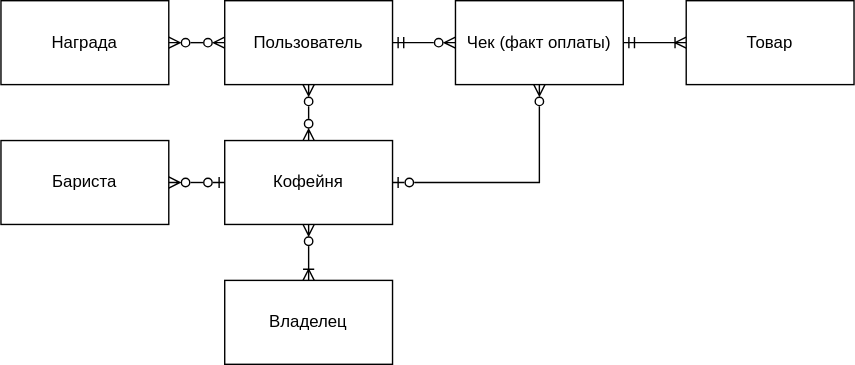
Earlier version of the draw.io export draw.io/concept.drawio.svg (vvvkkkggg/chashka-db). Source tidied: cells renumbered, new cells last; positions are measured from the earlier drawing's top-left corner, leaving out a move shared by most shapes.
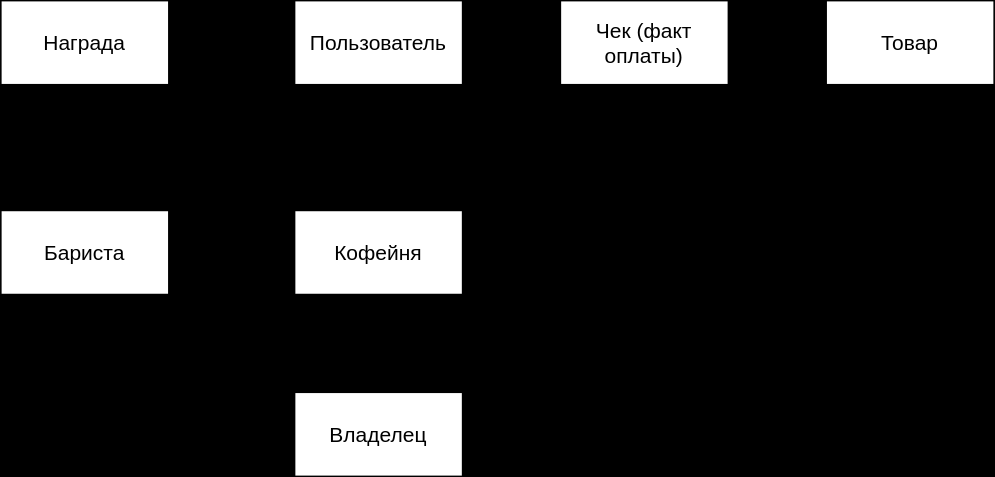
Above is the later version.

What changed in the source:
```diff
@@ -1,48 +1,54 @@
-<mxGraphModel>
+<mxGraphModel background="#000000">
   <root>
     <mxCell id="0" />
     <mxCell id="1" parent="0" />
-    <mxCell id="2" style="edgeStyle=orthogonalEdgeStyle;rounded=0;jettySize=auto;html=1;entryX=0;entryY=0.5;entryDx=0;entryDy=0;endArrow=ERzeroToMany;endFill=0;startArrow=ERmandOne;startFill=0;" parent="1" edge="1" source="3" target="8">
+    <mxCell id="2" style="edgeStyle=orthogonalEdgeStyle;rounded=0;jettySize=auto;html=1;entryX=0;entryY=0.5;entryDx=0;entryDy=0;endArrow=ERzeroToMany;endFill=0;startArrow=ERmandOne;startFill=0;fontSize=15;endSize=15;startSize=15;" parent="1" edge="1" source="3" target="8">
       <mxGeometry relative="1" as="geometry" />
     </mxCell>
-    <mxCell id="3" value="Пользователь" style="rounded=0;whiteSpace=wrap;html=1;" parent="1" vertex="1">
-      <mxGeometry x="160" width="120" height="60" as="geometry" />
+    <mxCell id="3" value="Пользователь" style="rounded=0;whiteSpace=wrap;html=1;fontSize=15;" parent="1" vertex="1">
+      <mxGeometry x="160" y="-30" width="120" height="60" as="geometry" />
     </mxCell>
-    <mxCell id="4" style="edgeStyle=orthogonalEdgeStyle;rounded=0;jettySize=auto;html=1;entryX=0.5;entryY=1;entryDx=0;entryDy=0;endArrow=ERzeroToMany;endFill=0;startArrow=ERzeroToMany;startFill=0;" parent="1" edge="1" source="5" target="3">
+    <mxCell id="4" style="edgeStyle=orthogonalEdgeStyle;rounded=0;jettySize=auto;html=1;entryX=0.5;entryY=1;entryDx=0;entryDy=0;endArrow=ERzeroToMany;endFill=0;startArrow=ERzeroToMany;startFill=0;fontSize=15;endSize=15;startSize=15;" parent="1" edge="1" source="5" target="3">
       <mxGeometry relative="1" as="geometry" />
     </mxCell>
+    <mxCell id="16" style="edgeStyle=orthogonalEdgeStyle;rounded=0;jettySize=auto;html=1;exitX=1;exitY=0.75;exitDx=0;exitDy=0;entryX=0.5;entryY=1;entryDx=0;entryDy=0;endArrow=ERzeroToMany;endFill=0;startArrow=ERmandOne;startFill=0;fontSize=15;endSize=15;startSize=15;" parent="1" edge="1" source="5" target="15">
+      <mxGeometry relative="1" as="geometry" />
+    </mxCell>
-    <mxCell id="5" value="Кофейня" style="rounded=0;whiteSpace=wrap;html=1;" parent="1" vertex="1">
-      <mxGeometry x="160" y="100" width="120" height="60" as="geometry" />
+    <mxCell id="5" value="Кофейня" style="rounded=0;whiteSpace=wrap;html=1;fontSize=15;" parent="1" vertex="1">
+      <mxGeometry x="160" y="120" width="120" height="60" as="geometry" />
     </mxCell>
-    <mxCell id="6" style="edgeStyle=orthogonalEdgeStyle;rounded=0;jettySize=auto;html=1;entryX=0;entryY=0.5;entryDx=0;entryDy=0;endArrow=ERoneToMany;endFill=0;startArrow=ERmandOne;startFill=0;" parent="1" edge="1" source="8" target="15">
+    <mxCell id="6" style="edgeStyle=orthogonalEdgeStyle;rounded=0;jettySize=auto;html=1;entryX=0;entryY=0.5;entryDx=0;entryDy=0;endArrow=ERoneToMany;endFill=0;startArrow=ERzeroToMany;startFill=0;fontSize=15;endSize=15;startSize=15;" parent="1" edge="1" source="8" target="15">
       <mxGeometry relative="1" as="geometry" />
     </mxCell>
-    <mxCell id="7" style="edgeStyle=orthogonalEdgeStyle;rounded=0;jettySize=auto;html=1;exitX=0.5;exitY=1;exitDx=0;exitDy=0;entryX=1;entryY=0.5;entryDx=0;entryDy=0;endArrow=ERzeroToOne;endFill=0;startArrow=ERzeroToMany;startFill=0;" parent="1" edge="1" source="8" target="5">
+    <mxCell id="7" style="edgeStyle=orthogonalEdgeStyle;rounded=0;jettySize=auto;html=1;exitX=0.5;exitY=1;exitDx=0;exitDy=0;entryX=1;entryY=0.25;entryDx=0;entryDy=0;endArrow=ERmandOne;endFill=0;startArrow=ERzeroToMany;startFill=0;fontSize=15;endSize=15;startSize=15;" parent="1" edge="1" source="8" target="5">
       <mxGeometry relative="1" as="geometry" />
     </mxCell>
-    <mxCell id="8" value="Чек (факт оплаты)" style="rounded=0;whiteSpace=wrap;html=1;" parent="1" vertex="1">
-      <mxGeometry x="325" width="120" height="60" as="geometry" />
+    <mxCell id="8" value="Чек (факт оплаты)" style="rounded=0;whiteSpace=wrap;html=1;fontSize=15;" parent="1" vertex="1">
+      <mxGeometry x="350" y="-30" width="120" height="60" as="geometry" />
     </mxCell>
-    <mxCell id="9" style="edgeStyle=orthogonalEdgeStyle;rounded=0;jettySize=auto;html=1;entryX=0;entryY=0.5;entryDx=0;entryDy=0;endArrow=ERzeroToOne;endFill=0;startArrow=ERzeroToMany;startFill=0;" parent="1" edge="1" source="10" target="5">
+    <mxCell id="9" style="edgeStyle=orthogonalEdgeStyle;rounded=0;jettySize=auto;html=1;entryX=0;entryY=0.5;entryDx=0;entryDy=0;endArrow=ERzeroToOne;endFill=0;startArrow=ERzeroToMany;startFill=0;fontSize=15;endSize=15;startSize=15;" parent="1" edge="1" source="10" target="5">
       <mxGeometry relative="1" as="geometry" />
     </mxCell>
-    <mxCell id="10" value="Бариста" style="rounded=0;whiteSpace=wrap;html=1;" parent="1" vertex="1">
-      <mxGeometry y="100" width="120" height="60" as="geometry" />
+    <mxCell id="10" value="Бариста" style="rounded=0;whiteSpace=wrap;html=1;fontSize=15;" parent="1" vertex="1">
+      <mxGeometry x="-50" y="120" width="120" height="60" as="geometry" />
     </mxCell>
-    <mxCell id="11" style="edgeStyle=orthogonalEdgeStyle;rounded=0;jettySize=auto;html=1;entryX=0.5;entryY=1;entryDx=0;entryDy=0;endArrow=ERzeroToMany;endFill=0;startArrow=ERoneToMany;startFill=0;" parent="1" edge="1" source="12" target="5">
+    <mxCell id="11" style="edgeStyle=orthogonalEdgeStyle;rounded=0;jettySize=auto;html=1;entryX=0.5;entryY=1;entryDx=0;entryDy=0;endArrow=ERzeroToMany;endFill=0;startArrow=ERoneToMany;startFill=0;fontSize=15;endSize=15;startSize=15;" parent="1" edge="1" source="12" target="5">
       <mxGeometry relative="1" as="geometry" />
     </mxCell>
-    <mxCell id="12" value="Владелец" style="rounded=0;whiteSpace=wrap;html=1;" parent="1" vertex="1">
-      <mxGeometry x="160" y="200" width="120" height="60" as="geometry" />
+    <mxCell id="12" value="Владелец" style="rounded=0;whiteSpace=wrap;html=1;fontSize=15;" parent="1" vertex="1">
+      <mxGeometry x="160" y="250" width="120" height="60" as="geometry" />
     </mxCell>
-    <mxCell id="13" style="edgeStyle=orthogonalEdgeStyle;rounded=0;jettySize=auto;html=1;entryX=0;entryY=0.5;entryDx=0;entryDy=0;startArrow=ERzeroToMany;startFill=0;endArrow=ERzeroToMany;endFill=0;" parent="1" edge="1" source="14" target="3">
+    <mxCell id="13" style="edgeStyle=orthogonalEdgeStyle;rounded=0;jettySize=auto;html=1;entryX=0;entryY=0.5;entryDx=0;entryDy=0;startArrow=ERzeroToMany;startFill=0;endArrow=ERzeroToMany;endFill=0;fontSize=15;endSize=15;startSize=15;" parent="1" edge="1" source="14" target="3">
       <mxGeometry relative="1" as="geometry" />
     </mxCell>
+    <mxCell id="17" style="edgeStyle=orthogonalEdgeStyle;rounded=0;jettySize=auto;html=1;exitX=0.5;exitY=1;exitDx=0;exitDy=0;entryX=0.25;entryY=0;entryDx=0;entryDy=0;startArrow=ERzeroToMany;startFill=0;endArrow=ERzeroToMany;endFill=0;fontSize=15;endSize=15;startSize=15;" parent="1" edge="1" source="14" target="5">
+      <mxGeometry relative="1" as="geometry" />
+    </mxCell>
-    <mxCell id="14" value="Награда" style="rounded=0;whiteSpace=wrap;html=1;" parent="1" vertex="1">
-      <mxGeometry width="120" height="60" as="geometry" />
+    <mxCell id="14" value="Награда" style="rounded=0;whiteSpace=wrap;html=1;fontSize=15;" parent="1" vertex="1">
+      <mxGeometry x="-50" y="-30" width="120" height="60" as="geometry" />
     </mxCell>
-    <mxCell id="15" value="Товар" style="rounded=0;whiteSpace=wrap;html=1;" parent="1" vertex="1">
-      <mxGeometry x="490" width="120" height="60" as="geometry" />
+    <mxCell id="15" value="Товар" style="rounded=0;whiteSpace=wrap;html=1;fontSize=15;" parent="1" vertex="1">
+      <mxGeometry x="540" y="-30" width="120" height="60" as="geometry" />
     </mxCell>
   </root>
 </mxGraphModel>
```
